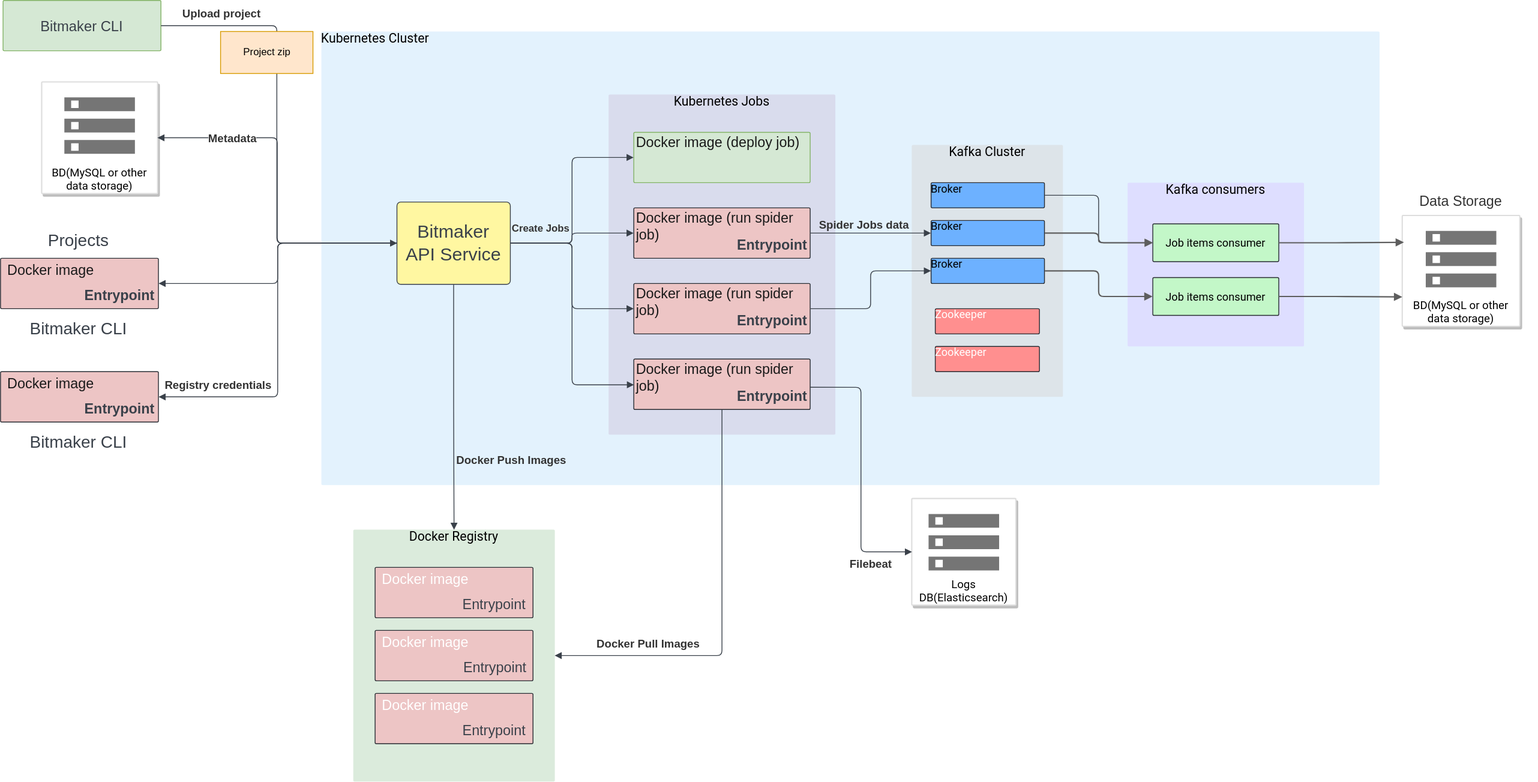
Earlier version of the draw.io export docs/assets/images/architecture.svg (bitmakerla/estela). Source tidied: cells renumbered, new cells last; positions are measured from the earlier drawing's top-left corner, leaving out a move shared by most shapes.
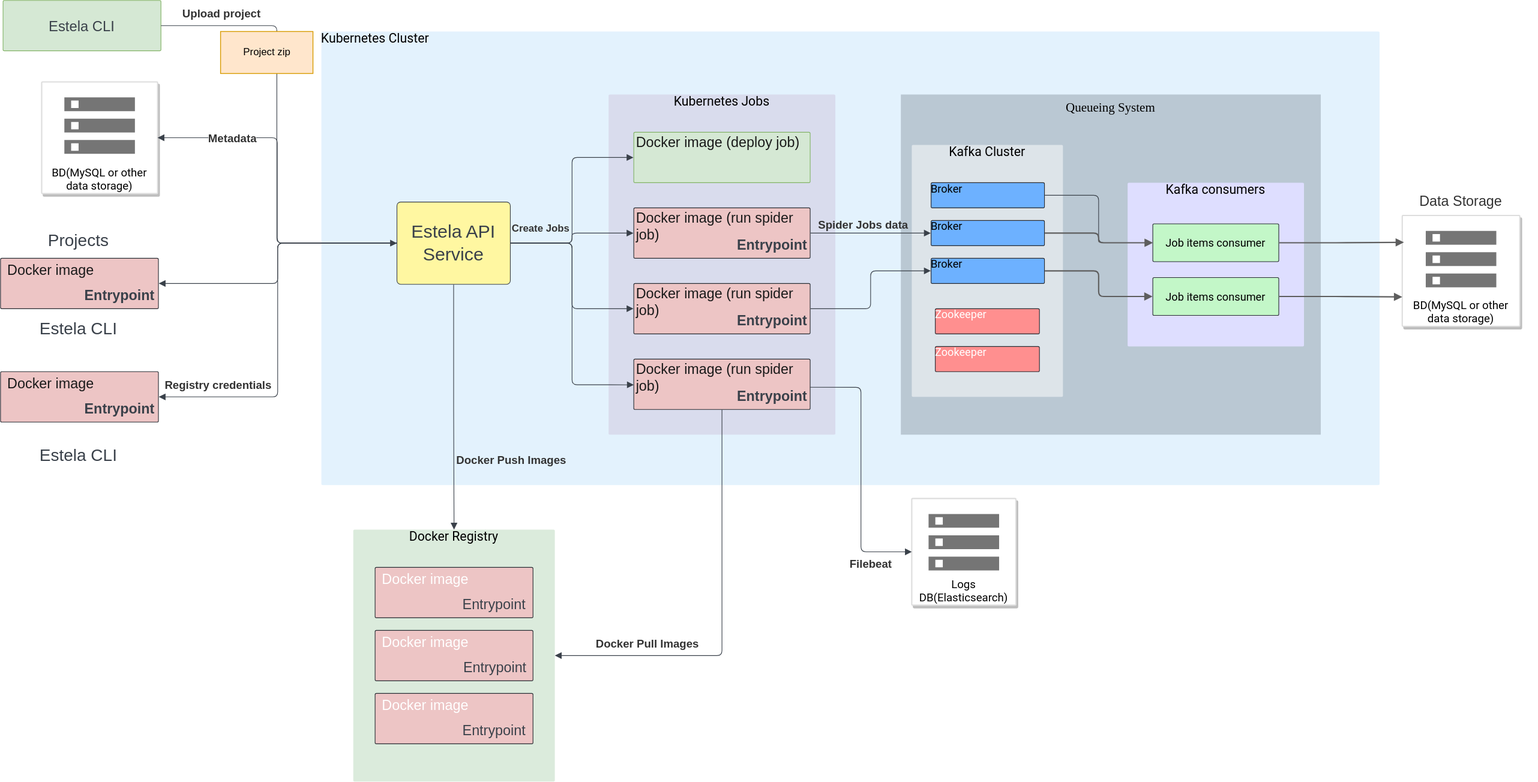
The same file after the commit.

Commit message:
Add Kafka flow image and update architecture image Change Estelar to Estela

The edit, as a diff of the source:
```diff
@@ -5,6 +5,9 @@
     <mxCell id="2" value="Kubernetes Cluster" style="html=1;overflow=block;blockSpacing=1;whiteSpace=wrap;fontSize=15.2;fontFamily=Roboto;align=left;spacing=0;verticalAlign=top;strokeColor=none;rounded=1;absoluteArcSize=1;arcSize=3;fillColor=#E3F2FD;strokeWidth=0;" parent="1" vertex="1">
       <mxGeometry x="382" y="37" width="1260" height="540" as="geometry" />
     </mxCell>
+    <mxCell id="81" value="&lt;font style=&quot;font-size: 15px&quot; face=&quot;Times New Roman&quot;&gt;Queueing System&lt;/font&gt;" style="rounded=0;whiteSpace=wrap;html=1;fillColor=#bac8d3;strokeColor=none;align=center;imageVerticalAlign=top;imageAspect=1;noLabel=0;comic=0;verticalAlign=top;" parent="2" vertex="1">
+      <mxGeometry x="690" y="75" width="500" height="405" as="geometry" />
+    </mxCell>
     <mxCell id="3" style="html=1;overflow=block;blockSpacing=1;whiteSpace=wrap;fontSize=13;align=left;spacing=0;verticalAlign=top;strokeColor=#282c33;strokeOpacity=100;fillOpacity=100;rounded=1;absoluteArcSize=1;arcSize=3;fillColor=#edc5c5;strokeWidth=0.8;" parent="1" vertex="1">
       <mxGeometry y="307" width="188" height="60" as="geometry" />
     </mxCell>
@@ -55,7 +58,7 @@
         <mxPoint x="-42" y="18.4" as="offset" />
       </mxGeometry>
     </mxCell>
-    <mxCell id="19" value="Bitmaker API Service" style="html=1;overflow=block;blockSpacing=1;whiteSpace=wrap;fontSize=21.7;fontColor=#3a414a;spacing=9;strokeColor=#3a414a;strokeOpacity=100;fillOpacity=100;rounded=1;absoluteArcSize=1;arcSize=9;fillColor=#fff7a1;strokeWidth=0.8;" parent="1" vertex="1">
+    <mxCell id="19" value="Estela API Service" style="html=1;overflow=block;blockSpacing=1;whiteSpace=wrap;fontSize=21.7;fontColor=#3a414a;spacing=9;strokeColor=#3a414a;strokeOpacity=100;fillOpacity=100;rounded=1;absoluteArcSize=1;arcSize=9;fillColor=#fff7a1;strokeWidth=0.8;" parent="1" vertex="1">
       <mxGeometry x="472" y="240" width="135" height="98" as="geometry" />
     </mxCell>
     <mxCell id="20" style="html=1;jettySize=18;whiteSpace=wrap;fontSize=13;strokeColor=#3a414a;strokeOpacity=100;strokeWidth=0.8;rounded=1;arcSize=12;edgeStyle=orthogonalEdgeStyle;startArrow=none;endArrow=block;endFill=1;exitX=-0.003;exitY=0.5;exitPerimeter=0;entryX=1;entryY=0.5;entryPerimeter=0;" parent="1" edge="1" source="19" target="17">
@@ -70,7 +73,7 @@
     <mxCell id="23" value="Entrypoint" style="html=1;overflow=block;blockSpacing=1;whiteSpace=wrap;fontSize=16.7;fontColor=#3a414a;spacing=3.8;strokeOpacity=0;fillOpacity=0;rounded=1;absoluteArcSize=1;arcSize=9;fillColor=#ffffff;strokeWidth=0.8;fontStyle=1;" parent="1" vertex="1">
       <mxGeometry x="97" y="337" width="90" height="30" as="geometry" />
     </mxCell>
-    <mxCell id="24" value="Bitmaker CLI" style="html=1;overflow=block;blockSpacing=1;whiteSpace=wrap;fontSize=20;fontColor=#3a414a;spacing=3.8;strokeOpacity=0;fillOpacity=0;rounded=1;absoluteArcSize=1;arcSize=9;fillColor=#ffffff;strokeWidth=0.8;" parent="1" vertex="1">
+    <mxCell id="24" value="Estela&amp;nbsp;CLI" style="html=1;overflow=block;blockSpacing=1;whiteSpace=wrap;fontSize=20;fontColor=#3a414a;spacing=3.8;strokeOpacity=0;fillOpacity=0;rounded=1;absoluteArcSize=1;arcSize=9;fillColor=#ffffff;strokeWidth=0.8;" parent="1" vertex="1">
       <mxGeometry x="3" y="367" width="180" height="45" as="geometry" />
     </mxCell>
     <mxCell id="25" style="html=1;jettySize=18;whiteSpace=wrap;fontSize=13;strokeColor=#3a414a;strokeOpacity=100;strokeWidth=0.8;rounded=1;arcSize=12;edgeStyle=orthogonalEdgeStyle;startArrow=none;endArrow=block;endFill=1;exitX=-0.003;exitY=0.5;exitPerimeter=0;entryX=1.002;entryY=0.5;entryPerimeter=0;" parent="1" edge="1" source="19" target="4">
@@ -90,7 +93,7 @@
     <mxCell id="29" value="Entrypoint" style="html=1;overflow=block;blockSpacing=1;whiteSpace=wrap;fontSize=16.7;fontColor=#3a414a;spacing=3.8;strokeOpacity=0;fillOpacity=0;rounded=1;absoluteArcSize=1;arcSize=9;fillColor=#ffffff;strokeWidth=0.8;fontStyle=1;" parent="1" vertex="1">
       <mxGeometry x="97" y="472" width="90" height="30" as="geometry" />
     </mxCell>
-    <mxCell id="30" value="Bitmaker CLI" style="html=1;overflow=block;blockSpacing=1;whiteSpace=wrap;fontSize=20;fontColor=#3a414a;spacing=3.8;strokeOpacity=0;fillOpacity=0;rounded=1;absoluteArcSize=1;arcSize=9;fillColor=#ffffff;strokeWidth=0.8;" parent="1" vertex="1">
+    <mxCell id="30" value="&lt;span style=&quot;font-size: 17px&quot;&gt;&lt;br&gt;&lt;/span&gt;Estela CLI" style="html=1;overflow=block;blockSpacing=1;whiteSpace=wrap;fontSize=20;fontColor=#3a414a;spacing=3.8;strokeOpacity=0;fillOpacity=0;rounded=1;absoluteArcSize=1;arcSize=9;fillColor=#ffffff;strokeWidth=0.8;" parent="1" vertex="1">
       <mxGeometry x="3" y="502" width="180" height="45" as="geometry" />
     </mxCell>
     <mxCell id="31" value="Docker image" style="html=1;overflow=block;blockSpacing=1;whiteSpace=wrap;fontSize=16.7;fontColor=#ffffff;spacing=3.8;strokeOpacity=0;fillOpacity=0;rounded=1;absoluteArcSize=1;arcSize=9;fillColor=#ffffff;strokeWidth=0.8;" parent="1" vertex="1">
@@ -249,7 +252,7 @@
     <mxCell id="76" style="html=1;overflow=block;blockSpacing=1;whiteSpace=wrap;fontSize=13;align=left;spacing=0;verticalAlign=top;strokeColor=#82b366;strokeOpacity=100;fillOpacity=100;rounded=1;absoluteArcSize=1;arcSize=3;fillColor=#d5e8d4;strokeWidth=0.8;" parent="1" vertex="1">
       <mxGeometry x="3" width="188" height="60" as="geometry" />
     </mxCell>
-    <mxCell id="77" value="&lt;font style=&quot;font-size: 17px&quot;&gt;Bitmaker CLI&lt;/font&gt;" style="html=1;overflow=block;blockSpacing=1;whiteSpace=wrap;fontSize=20;fontColor=#3a414a;spacing=3.8;strokeOpacity=0;fillOpacity=0;rounded=1;absoluteArcSize=1;arcSize=9;fillColor=#ffffff;strokeWidth=0.8;" parent="76" vertex="1">
+    <mxCell id="77" value="&lt;font style=&quot;font-size: 17px&quot;&gt;Estela CLI&lt;/font&gt;" style="html=1;overflow=block;blockSpacing=1;whiteSpace=wrap;fontSize=20;fontColor=#3a414a;spacing=3.8;strokeOpacity=0;fillOpacity=0;rounded=1;absoluteArcSize=1;arcSize=9;fillColor=#ffffff;strokeWidth=0.8;" parent="76" vertex="1">
       <mxGeometry x="4" y="7.5" width="180" height="45" as="geometry" />
     </mxCell>
     <mxCell id="78" value="Upload project" style="text;html=1;labelBackgroundColor=default;align=center;verticalAlign=middle;fontStyle=1;fontColor=#333333;fontSize=13.3;" parent="1" vertex="1">
```
